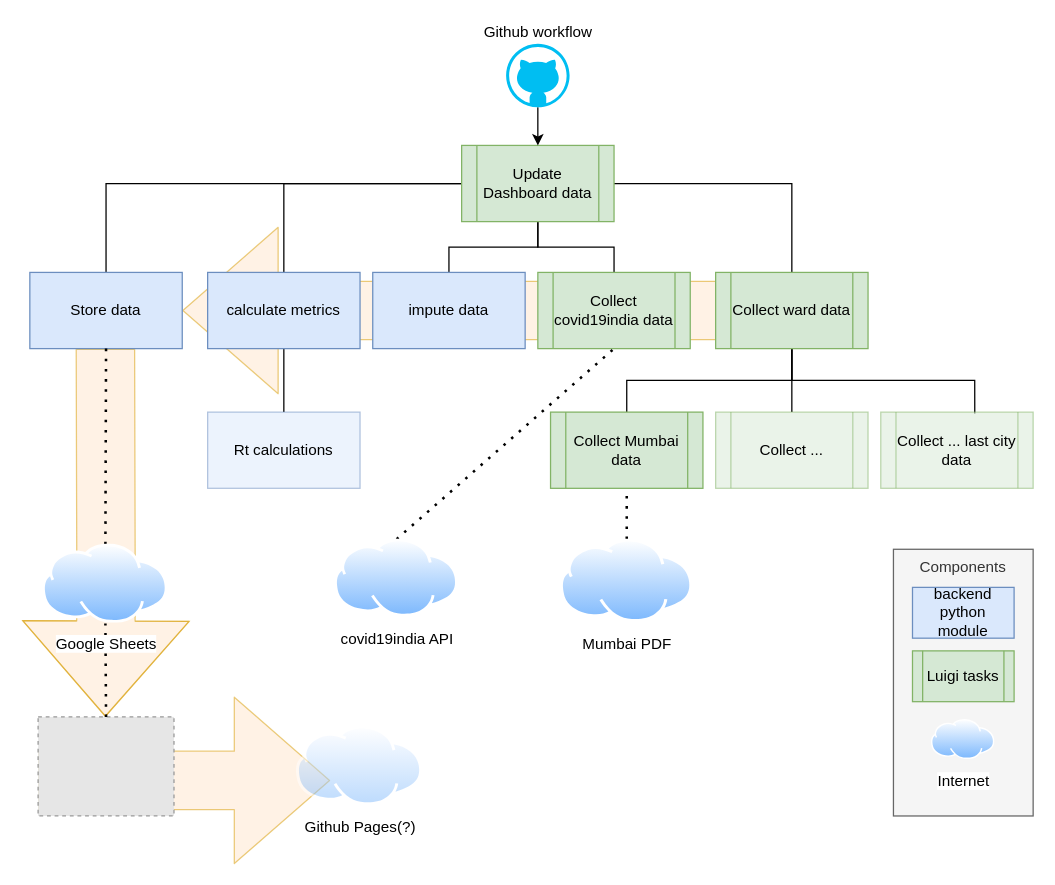
Above: readme/Task_diagram.drawio in swb-ief/etl-pipeline (draw.io), before the change. Source tidied: cells renumbered, new cells numbered last; positions are measured from the earlier drawing's top-left corner, leaving out a move shared by most shapes. Both pictures are drawn from the tidied source at 127%, with x=0, y=0 at pixel (29, 43). Pictures stored in the file or linked from it are replaced by grey dashed boxes.
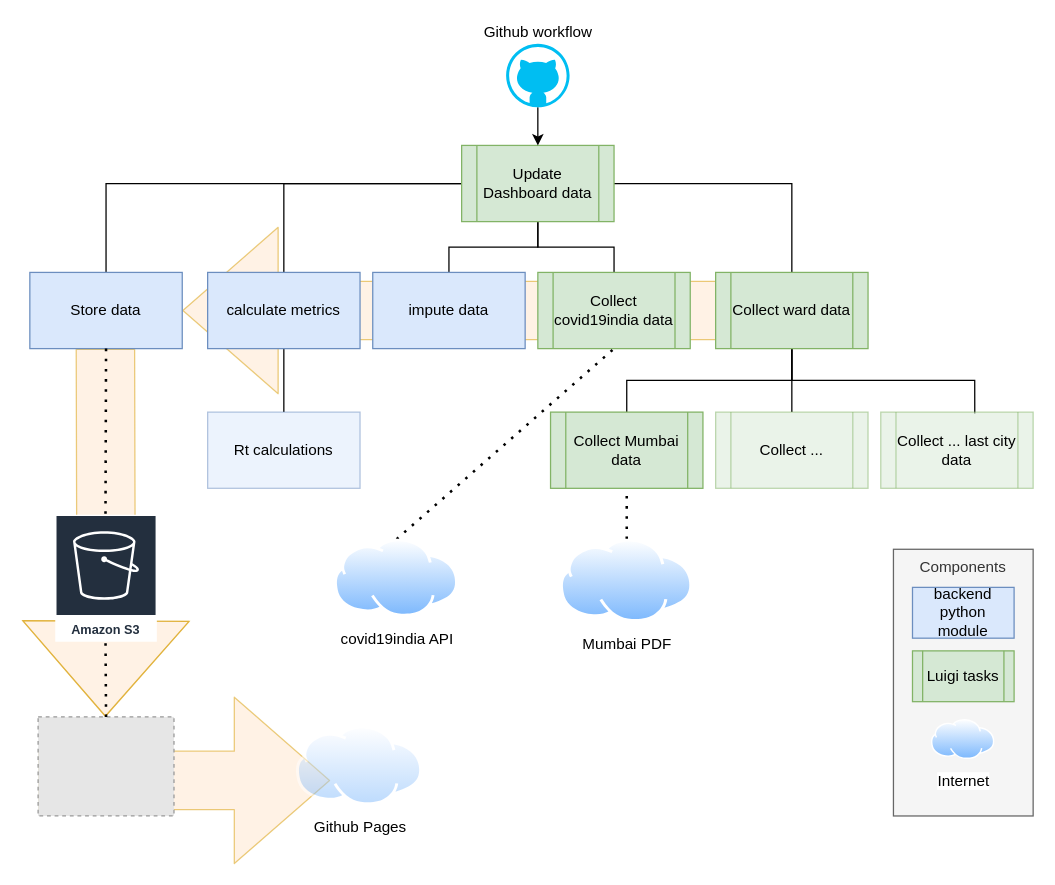
After the change.

Commit message (it also covers changes not shown here):
small updates to the readme about AWS and running the github action to update

Unchanged cells that the change refers to:
```xml
<mxCell id="22" value="Store data" style="rounded=0;whiteSpace=wrap;html=1;fillColor=#dae8fc;strokeColor=#6c8ebf;" parent="1" vertex="1">
  <mxGeometry y="180" width="120" height="60" as="geometry" />
</mxCell>
<mxCell id="26" style="fillColor=#E6E6E6;strokeColor=#999999;dashed=1;verticalLabelPosition=bottom;labelBackgroundColor=#ffffff;verticalAlign=top;" parent="1" vertex="1">
  <mxGeometry x="6.5" y="530" width="107" height="78" as="geometry" />
</mxCell>
```

What changed in the source:
```diff
@@
-    <mxCell id="25" style="endArrow=none;dashed=1;html=1;dashPattern=1 3;strokeWidth=2;entryX=0.5;entryY=1;entryDx=0;entryDy=0;exitX=0.5;exitY=0;exitDx=0;exitDy=0;endFill=0;startArrow=none;startFill=0;" parent="1" edge="1" source="31" target="22">
-      <mxGeometry relative="1" as="geometry" />
+    <mxCell id="25" style="endArrow=none;dashed=1;html=1;dashPattern=1 3;strokeWidth=2;entryX=0.5;entryY=1;entryDx=0;entryDy=0;exitX=0.5;exitY=0;exitDx=0;exitDy=0;endFill=0;startArrow=none;startFill=0;" parent="1" edge="1" target="22">
+      <mxGeometry relative="1" as="geometry">
+        <mxPoint x="59.5" y="394" as="sourcePoint" />
+      </mxGeometry>
     </mxCell>
@@
-    <mxCell id="27" style="endArrow=none;dashed=1;html=1;dashPattern=1 3;strokeWidth=2;entryX=0.5;entryY=1;entryDx=0;entryDy=0;exitX=0.5;exitY=0;exitDx=0;exitDy=0;startArrow=none;startFill=0;" parent="1" edge="1" source="26" target="31">
-      <mxGeometry relative="1" as="geometry" />
+    <mxCell id="27" style="endArrow=none;dashed=1;html=1;dashPattern=1 3;strokeWidth=2;entryX=0.5;entryY=1;entryDx=0;entryDy=0;exitX=0.5;exitY=0;exitDx=0;exitDy=0;startArrow=none;startFill=0;" parent="1" edge="1" source="26">
+      <mxGeometry relative="1" as="geometry">
+        <mxPoint x="59.5" y="456.4" as="targetPoint" />
+      </mxGeometry>
     </mxCell>
@@
-    <mxCell id="31" value="Google Sheets" style="perimeter=ellipsePerimeter;html=1;align=center;shadow=0;dashed=0;spacingTop=3;image;image=img/lib/active_directory/internet_cloud.svg;" parent="1" vertex="1">
-      <mxGeometry x="10" y="394" width="99" height="62.4" as="geometry" />
-    </mxCell>
@@
-    <mxCell id="34" value="Github Pages(?)" style="perimeter=ellipsePerimeter;html=1;align=center;shadow=0;dashed=0;spacingTop=3;image;image=img/lib/active_directory/internet_cloud.svg;opacity=50;" parent="1" vertex="1">
+    <mxCell id="34" value="Github Pages" style="perimeter=ellipsePerimeter;html=1;align=center;shadow=0;dashed=0;spacingTop=3;image;image=img/lib/active_directory/internet_cloud.svg;opacity=50;" parent="1" vertex="1">
       <mxGeometry x="210" y="537.4" width="99.4" height="62.6" as="geometry" />
     </mxCell>
@@
+    <mxCell id="40" value="Amazon S3" style="fontColor=#232F3E;gradientColor=none;strokeColor=#ffffff;fillColor=#232F3E;dashed=0;verticalLabelPosition=middle;verticalAlign=bottom;align=center;html=1;whiteSpace=wrap;fontSize=10;fontStyle=1;spacing=3;shape=mxgraph.aws4.productIcon;prIcon=mxgraph.aws4.s3;" parent="1" vertex="1">
+      <mxGeometry x="20" y="370.8" width="80" height="100" as="geometry" />
+    </mxCell>
```
